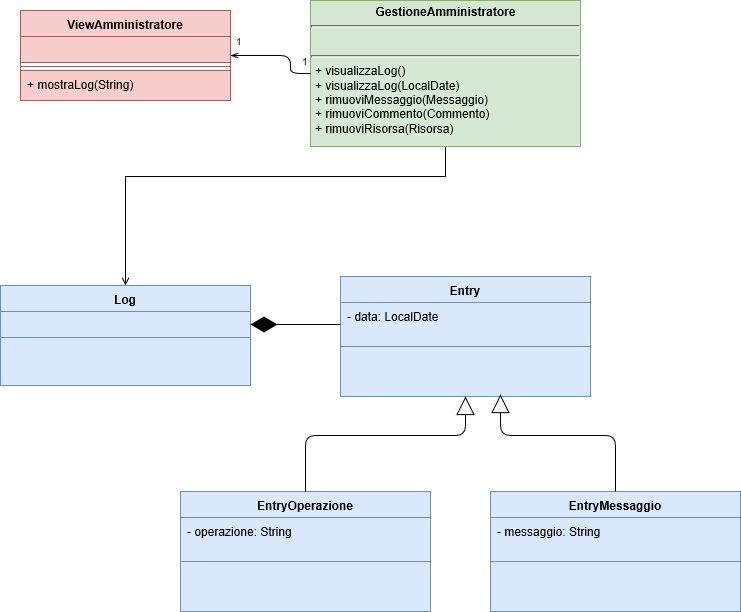
SundavarBlaka/Alexandria keeps this draw.io diagram as Reingegnerizzazione/DettaglioAmministratore.png. Above is the earlier version. Source tidied: cells renumbered, new cells last; positions are measured from the earlier drawing's top-left corner, leaving out a move shared by most shapes.
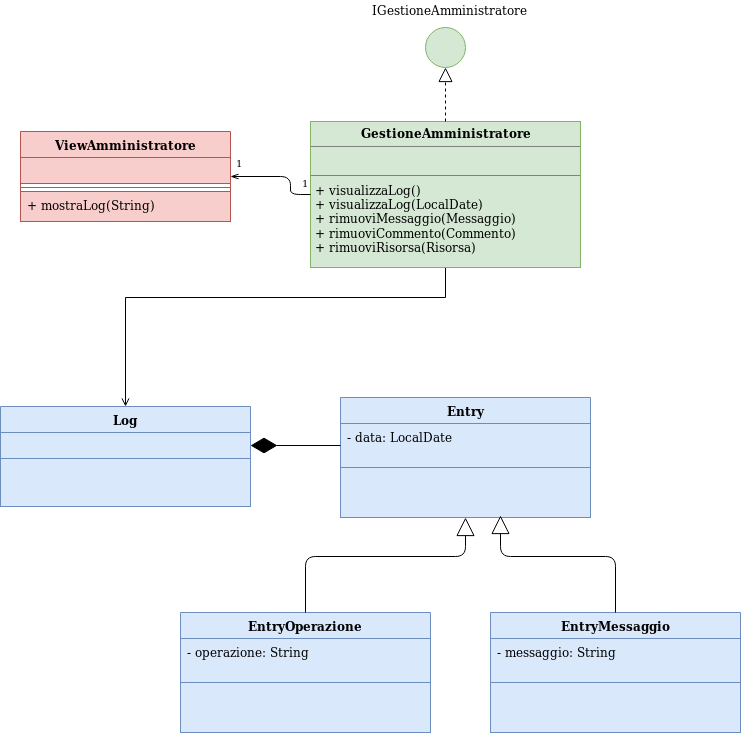
After the change.

The edit, as a diff of the source:
```diff
@@ -107,5 +107,14 @@
         <mxPoint y="-4" as="offset" />
       </mxGeometry>
     </mxCell>
+    <mxCell id="29" style="ellipse;whiteSpace=wrap;html=1;fillColor=#d5e8d4;strokeColor=#82b366;" parent="1" vertex="1">
+      <mxGeometry x="425" y="-94" width="40" height="40" as="geometry" />
+    </mxCell>
+    <mxCell id="30" value="IGestioneAmministratore" style="text;html=1;align=left;verticalAlign=top;spacingTop=-4;" parent="1" vertex="1">
+      <mxGeometry x="370" y="-121" width="170" height="20" as="geometry" />
+    </mxCell>
+    <mxCell id="31" style="endArrow=block;dashed=1;endFill=0;endSize=12;html=1;entryX=0.5;entryY=1;entryDx=0;entryDy=0;exitX=0.5;exitY=0;exitDx=0;exitDy=0;" parent="1" edge="1" source="3" target="29">
+      <mxGeometry relative="1" as="geometry" />
+    </mxCell>
   </root>
 </mxGraphModel>
```
